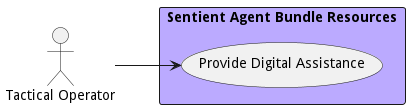
Before: docs/actors/tacticaloperator/UseCase.png, a diagram exported from PlantUML (madajaju/sabr).
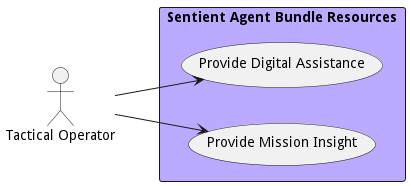
Above is the later version.

Diff of the diagram source:
```diff
@@ -9,6 +9,8 @@
 rectangle "Sentient Agent Bundle Resources" as sabr #bbaaff {
         usecase "Provide Digital Assistance" as ProvideDigitalAssistance
     TacticalOperator --> ProvideDigitalAssistance
+    usecase "Provide Mission Insight" as ProvideMissionInsight
+    TacticalOperator --> ProvideMissionInsight
 
 }
 
```
